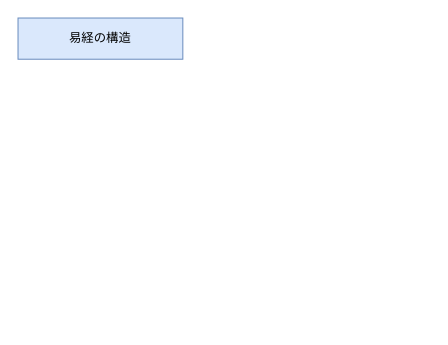
Earlier version of the draw.io diagram qiita_ekikyou1.drawio (YossyIto/booklog_drowio). Source tidied: cells renumbered, new cells numbered last; positions are measured from the earlier drawing's top-left corner, leaving out a move shared by most shapes. Both pictures are drawn from the tidied source at 103%, with x=0, y=0 at pixel (18, 18).
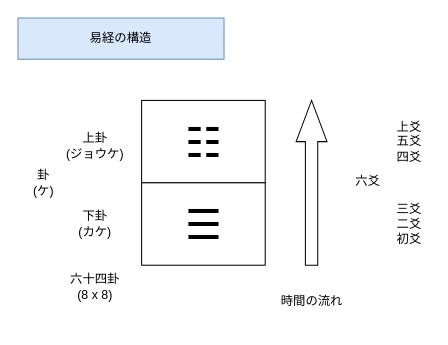
The same diagram, later.

Commit message:
qiita_ekikyou1.drawio を更新します

What changed in the source:
```diff
@@
 <mxGraphModel>
   <root>
     <mxCell id="0" />
     <mxCell id="1" parent="0" />
     <mxCell id="2" value="易経の構造" style="text;html=1;align=center;verticalAlign=middle;whiteSpace=wrap;rounded=0;fillColor=#dae8fc;strokeColor=#6c8ebf;" parent="1" vertex="1">
-      <mxGeometry width="160" height="40" as="geometry" />
+      <mxGeometry width="200" height="40" as="geometry" />
     </mxCell>
+    <mxCell id="3" style="rounded=0;whiteSpace=wrap;html=1;" parent="1" vertex="1">
+      <mxGeometry x="120" y="80" width="120" height="80" as="geometry" />
+    </mxCell>
+    <mxCell id="4" style="rounded=0;whiteSpace=wrap;html=1;" parent="1" vertex="1">
+      <mxGeometry x="120" y="160" width="120" height="80" as="geometry" />
+    </mxCell>
+    <mxCell id="5" value="卦&lt;div&gt;(ケ)&lt;/div&gt;" style="text;html=1;align=center;verticalAlign=middle;whiteSpace=wrap;rounded=0;" parent="1" vertex="1">
+      <mxGeometry y="138.8" width="50" height="42.5" as="geometry" />
+    </mxCell>
+    <mxCell id="6" value="六十四卦&lt;div&gt;(8 x 8)&lt;/div&gt;" style="text;html=1;align=center;verticalAlign=middle;whiteSpace=wrap;rounded=0;" parent="1" vertex="1">
+      <mxGeometry x="35" y="240" width="80" height="42.5" as="geometry" />
+    </mxCell>
+    <mxCell id="7" value="☰" style="text;html=1;align=center;verticalAlign=middle;whiteSpace=wrap;rounded=0;fontSize=40;" parent="1" vertex="1">
+      <mxGeometry x="147.5" y="175" width="65" height="50" as="geometry" />
+    </mxCell>
+    <mxCell id="8" value="☷" style="text;html=1;align=center;verticalAlign=middle;whiteSpace=wrap;rounded=0;fontSize=40;" parent="1" vertex="1">
+      <mxGeometry x="147.5" y="95" width="65" height="50" as="geometry" />
+    </mxCell>
+    <mxCell id="9" value="六爻" style="text;html=1;align=center;verticalAlign=middle;whiteSpace=wrap;rounded=0;" parent="1" vertex="1">
+      <mxGeometry x="320" y="118.8" width="40" height="80" as="geometry" />
+    </mxCell>
+    <mxCell id="10" value="上卦&lt;div&gt;(ジョウケ)&lt;/div&gt;" style="text;html=1;align=center;verticalAlign=middle;whiteSpace=wrap;rounded=0;" parent="1" vertex="1">
+      <mxGeometry x="30" y="102.5" width="90" height="42.5" as="geometry" />
+    </mxCell>
+    <mxCell id="11" value="下卦&lt;div&gt;(カケ)&lt;/div&gt;" style="text;html=1;align=center;verticalAlign=middle;whiteSpace=wrap;rounded=0;" parent="1" vertex="1">
+      <mxGeometry x="30" y="178.8" width="90" height="42.5" as="geometry" />
+    </mxCell>
+    <mxCell id="12" style="html=1;shadow=0;dashed=0;align=center;verticalAlign=middle;shape=mxgraph.arrows2.arrow;dy=0.6;dx=40;direction=north;notch=0;" parent="1" vertex="1">
+      <mxGeometry x="270" y="80" width="30" height="160" as="geometry" />
+    </mxCell>
+    <mxCell id="13" value="時間の流れ" style="text;html=1;align=center;verticalAlign=middle;whiteSpace=wrap;rounded=0;" parent="1" vertex="1">
+      <mxGeometry x="247.5" y="250" width="75" height="50" as="geometry" />
+    </mxCell>
+    <mxCell id="14" value="&lt;div&gt;三&lt;span style=&quot;color: light-dark(rgb(0, 0, 0), rgb(255, 255, 255)); background-color: transparent;&quot;&gt;爻&lt;/span&gt;&lt;/div&gt;&lt;div&gt;二&lt;span style=&quot;background-color: transparent; color: light-dark(rgb(0, 0, 0), rgb(255, 255, 255));&quot;&gt;爻&lt;/span&gt;&lt;/div&gt;初爻" style="text;html=1;align=center;verticalAlign=middle;whiteSpace=wrap;rounded=0;" parent="1" vertex="1">
+      <mxGeometry x="360" y="160" width="40" height="80" as="geometry" />
+    </mxCell>
+    <mxCell id="15" value="&lt;div&gt;上&lt;span style=&quot;color: light-dark(rgb(0, 0, 0), rgb(255, 255, 255)); background-color: transparent;&quot;&gt;爻&lt;/span&gt;&lt;/div&gt;&lt;div&gt;五&lt;span style=&quot;background-color: transparent; color: light-dark(rgb(0, 0, 0), rgb(255, 255, 255));&quot;&gt;爻&lt;/span&gt;&lt;/div&gt;四爻" style="text;html=1;align=center;verticalAlign=middle;whiteSpace=wrap;rounded=0;" parent="1" vertex="1">
+      <mxGeometry x="360" y="80" width="40" height="80" as="geometry" />
+    </mxCell>
   </root>
 </mxGraphModel>
```
